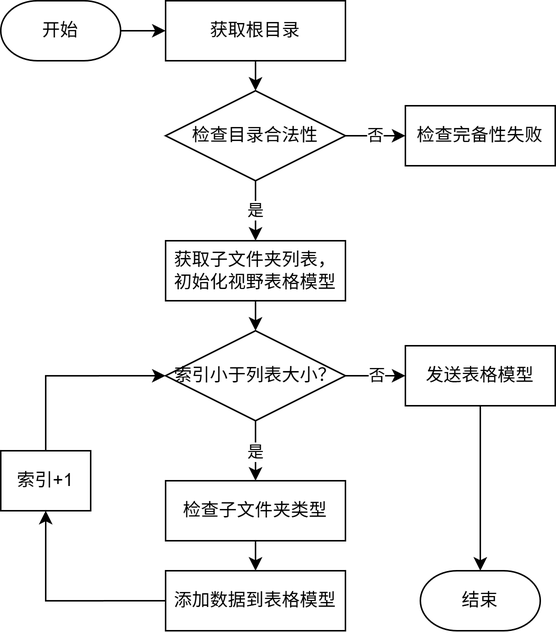
Earlier version of the draw.io export figures/2/2_数据完备性检验业务.drawio.png (wizrandolph/mythesis). Source tidied: cells renumbered, new cells last; positions are measured from the earlier drawing's top-left corner, leaving out a move shared by most shapes. Source of this version:
```xml
<mxGraphModel>
  <root>
    <mxCell id="0" />
    <mxCell id="1" parent="0" />
    <mxCell id="2" style="edgeStyle=orthogonalEdgeStyle;rounded=0;jettySize=auto;html=1;exitX=1;exitY=0.5;exitDx=0;exitDy=0;exitPerimeter=0;entryX=0;entryY=0.5;entryDx=0;entryDy=0;" parent="1" edge="1" source="3" target="5">
      <mxGeometry relative="1" as="geometry" />
    </mxCell>
    <mxCell id="3" value="开始" style="strokeWidth=1;html=1;shape=mxgraph.flowchart.terminator;whiteSpace=wrap;" parent="1" vertex="1">
      <mxGeometry width="80" height="40" as="geometry" />
    </mxCell>
    <mxCell id="4" style="edgeStyle=orthogonalEdgeStyle;rounded=0;jettySize=auto;html=1;exitX=0.5;exitY=1;exitDx=0;exitDy=0;entryX=0.5;entryY=0;entryDx=0;entryDy=0;" parent="1" edge="1" source="5" target="10">
      <mxGeometry relative="1" as="geometry" />
    </mxCell>
    <mxCell id="5" value="获取根目录" style="rounded=0;whiteSpace=wrap;html=1;" parent="1" vertex="1">
      <mxGeometry x="110" width="120" height="40" as="geometry" />
    </mxCell>
    <mxCell id="6" style="edgeStyle=orthogonalEdgeStyle;rounded=0;jettySize=auto;html=1;exitX=0.5;exitY=1;exitDx=0;exitDy=0;entryX=0.5;entryY=0;entryDx=0;entryDy=0;" parent="1" edge="1" source="10" target="12">
      <mxGeometry relative="1" as="geometry" />
    </mxCell>
    <mxCell id="7" value="是" style="edgeLabel;html=1;align=center;verticalAlign=middle;" parent="6" vertex="1">
      <mxGeometry x="-0.39" y="-1" relative="1" as="geometry">
        <mxPoint x="1" y="8" as="offset" />
      </mxGeometry>
    </mxCell>
    <mxCell id="8" style="edgeStyle=orthogonalEdgeStyle;rounded=0;jettySize=auto;html=1;exitX=1;exitY=0.5;exitDx=0;exitDy=0;entryX=0;entryY=0.5;entryDx=0;entryDy=0;" parent="1" edge="1" source="10" target="25">
      <mxGeometry relative="1" as="geometry" />
    </mxCell>
    <mxCell id="9" value="否" style="edgeLabel;html=1;align=center;verticalAlign=middle;" parent="8" vertex="1">
      <mxGeometry x="-0.27" y="1" relative="1" as="geometry">
        <mxPoint x="5" y="1" as="offset" />
      </mxGeometry>
    </mxCell>
    <mxCell id="10" value="检查目录合法性" style="rhombus;whiteSpace=wrap;html=1;" parent="1" vertex="1">
      <mxGeometry x="110" y="60" width="120" height="60" as="geometry" />
    </mxCell>
    <mxCell id="11" style="edgeStyle=orthogonalEdgeStyle;rounded=0;jettySize=auto;html=1;exitX=0.5;exitY=1;exitDx=0;exitDy=0;entryX=0.5;entryY=0;entryDx=0;entryDy=0;" parent="1" edge="1" source="12" target="17">
      <mxGeometry relative="1" as="geometry" />
    </mxCell>
    <mxCell id="12" value="&lt;div&gt;&lt;span style=&quot;background-color: transparent; color: light-dark(rgb(0, 0, 0), rgb(255, 255, 255));&quot;&gt;获取子文件夹列表，&lt;/span&gt;&lt;/div&gt;&lt;div&gt;初始化视野表格模型&lt;span style=&quot;background-color: transparent; color: light-dark(rgb(0, 0, 0), rgb(255, 255, 255));&quot;&gt;&lt;/span&gt;&lt;/div&gt;" style="rounded=0;whiteSpace=wrap;html=1;" parent="1" vertex="1">
      <mxGeometry x="110" y="160" width="120" height="40" as="geometry" />
    </mxCell>
    <mxCell id="13" style="edgeStyle=orthogonalEdgeStyle;rounded=0;jettySize=auto;html=1;exitX=0.5;exitY=1;exitDx=0;exitDy=0;entryX=0.5;entryY=0;entryDx=0;entryDy=0;" parent="1" edge="1" source="17" target="19">
      <mxGeometry relative="1" as="geometry" />
    </mxCell>
    <mxCell id="14" value="是" style="edgeLabel;html=1;align=center;verticalAlign=middle;" parent="13" vertex="1">
      <mxGeometry x="-0.22" y="-1" relative="1" as="geometry">
        <mxPoint x="1" y="5" as="offset" />
      </mxGeometry>
    </mxCell>
    <mxCell id="15" style="edgeStyle=orthogonalEdgeStyle;rounded=0;jettySize=auto;html=1;exitX=1;exitY=0.5;exitDx=0;exitDy=0;entryX=0;entryY=0.5;entryDx=0;entryDy=0;" parent="1" edge="1" source="17" target="24">
      <mxGeometry relative="1" as="geometry" />
    </mxCell>
    <mxCell id="16" value="否" style="edgeLabel;html=1;align=center;verticalAlign=middle;" parent="15" vertex="1">
      <mxGeometry x="-0.1" y="-2" relative="1" as="geometry">
        <mxPoint x="2" y="-2" as="offset" />
      </mxGeometry>
    </mxCell>
    <mxCell id="17" value="索引小于列表大小？" style="rhombus;whiteSpace=wrap;html=1;" parent="1" vertex="1">
      <mxGeometry x="110" y="220" width="120" height="60" as="geometry" />
    </mxCell>
    <mxCell id="18" style="edgeStyle=orthogonalEdgeStyle;rounded=0;jettySize=auto;html=1;exitX=0.5;exitY=1;exitDx=0;exitDy=0;entryX=0.5;entryY=0;entryDx=0;entryDy=0;" parent="1" edge="1" source="19" target="21">
      <mxGeometry relative="1" as="geometry" />
    </mxCell>
    <mxCell id="19" value="检查子文件夹类型" style="rounded=0;whiteSpace=wrap;html=1;" parent="1" vertex="1">
      <mxGeometry x="110" y="320" width="120" height="40" as="geometry" />
    </mxCell>
    <mxCell id="20" style="edgeStyle=orthogonalEdgeStyle;rounded=0;jettySize=auto;html=1;exitX=0;exitY=0.5;exitDx=0;exitDy=0;entryX=0.5;entryY=1;entryDx=0;entryDy=0;" parent="1" edge="1" source="21" target="23">
      <mxGeometry relative="1" as="geometry" />
    </mxCell>
    <mxCell id="21" value="添加数据到表格模型" style="rounded=0;whiteSpace=wrap;html=1;" parent="1" vertex="1">
      <mxGeometry x="110" y="380" width="120" height="40" as="geometry" />
    </mxCell>
    <mxCell id="22" style="edgeStyle=orthogonalEdgeStyle;rounded=0;jettySize=auto;html=1;exitX=0.5;exitY=0;exitDx=0;exitDy=0;entryX=0;entryY=0.5;entryDx=0;entryDy=0;" parent="1" edge="1" source="23" target="17">
      <mxGeometry relative="1" as="geometry" />
    </mxCell>
    <mxCell id="23" value="索引+1" style="rounded=0;whiteSpace=wrap;html=1;" parent="1" vertex="1">
      <mxGeometry y="300" width="60" height="40" as="geometry" />
    </mxCell>
    <mxCell id="24" value="发送表格模型" style="rounded=0;whiteSpace=wrap;html=1;" parent="1" vertex="1">
      <mxGeometry x="270" y="230" width="100" height="40" as="geometry" />
    </mxCell>
    <mxCell id="25" value="检查完备性失败" style="rounded=0;whiteSpace=wrap;html=1;" parent="1" vertex="1">
      <mxGeometry x="270" y="70" width="100" height="40" as="geometry" />
    </mxCell>
    <mxCell id="26" value="结束" style="strokeWidth=1;html=1;shape=mxgraph.flowchart.terminator;whiteSpace=wrap;" parent="1" vertex="1">
      <mxGeometry x="280" y="380" width="80" height="40" as="geometry" />
    </mxCell>
    <mxCell id="27" style="edgeStyle=orthogonalEdgeStyle;rounded=0;jettySize=auto;html=1;exitX=0.5;exitY=1;exitDx=0;exitDy=0;entryX=0.5;entryY=0;entryDx=0;entryDy=0;entryPerimeter=0;" parent="1" edge="1" source="24" target="26">
      <mxGeometry relative="1" as="geometry" />
    </mxCell>
  </root>
</mxGraphModel>
```
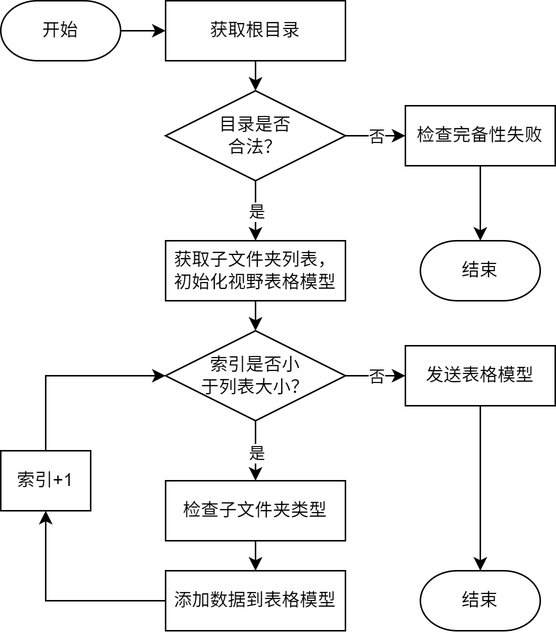
Above is the later version.

What changed in the source:
```diff
@@ -30,7 +30,7 @@
         <mxPoint x="5" y="1" as="offset" />
       </mxGeometry>
     </mxCell>
-    <mxCell id="10" value="检查目录合法性" style="rhombus;whiteSpace=wrap;html=1;" parent="1" vertex="1">
+    <mxCell id="10" value="目录是否&lt;div&gt;合法？&lt;/div&gt;" style="rhombus;whiteSpace=wrap;html=1;" parent="1" vertex="1">
       <mxGeometry x="110" y="60" width="120" height="60" as="geometry" />
     </mxCell>
     <mxCell id="11" style="edgeStyle=orthogonalEdgeStyle;rounded=0;jettySize=auto;html=1;exitX=0.5;exitY=1;exitDx=0;exitDy=0;entryX=0.5;entryY=0;entryDx=0;entryDy=0;" parent="1" edge="1" source="12" target="17">
@@ -55,7 +55,7 @@
         <mxPoint x="2" y="-2" as="offset" />
       </mxGeometry>
     </mxCell>
-    <mxCell id="17" value="索引小于列表大小？" style="rhombus;whiteSpace=wrap;html=1;" parent="1" vertex="1">
+    <mxCell id="17" value="索引是否小&lt;div&gt;于列表大小？&lt;/div&gt;" style="rhombus;whiteSpace=wrap;html=1;" parent="1" vertex="1">
       <mxGeometry x="110" y="220" width="120" height="60" as="geometry" />
     </mxCell>
     <mxCell id="18" style="edgeStyle=orthogonalEdgeStyle;rounded=0;jettySize=auto;html=1;exitX=0.5;exitY=1;exitDx=0;exitDy=0;entryX=0.5;entryY=0;entryDx=0;entryDy=0;" parent="1" edge="1" source="19" target="21">
@@ -88,5 +88,11 @@
     <mxCell id="27" style="edgeStyle=orthogonalEdgeStyle;rounded=0;jettySize=auto;html=1;exitX=0.5;exitY=1;exitDx=0;exitDy=0;entryX=0.5;entryY=0;entryDx=0;entryDy=0;entryPerimeter=0;" parent="1" edge="1" source="24" target="26">
       <mxGeometry relative="1" as="geometry" />
     </mxCell>
+    <mxCell id="28" value="结束" style="strokeWidth=1;html=1;shape=mxgraph.flowchart.terminator;whiteSpace=wrap;" parent="1" vertex="1">
+      <mxGeometry x="280" y="160" width="80" height="40" as="geometry" />
+    </mxCell>
+    <mxCell id="29" style="edgeStyle=none;html=1;exitX=0.5;exitY=1;exitDx=0;exitDy=0;entryX=0.5;entryY=0;entryDx=0;entryDy=0;entryPerimeter=0;" parent="1" edge="1" source="25" target="28">
+      <mxGeometry relative="1" as="geometry" />
+    </mxCell>
   </root>
 </mxGraphModel>
```
